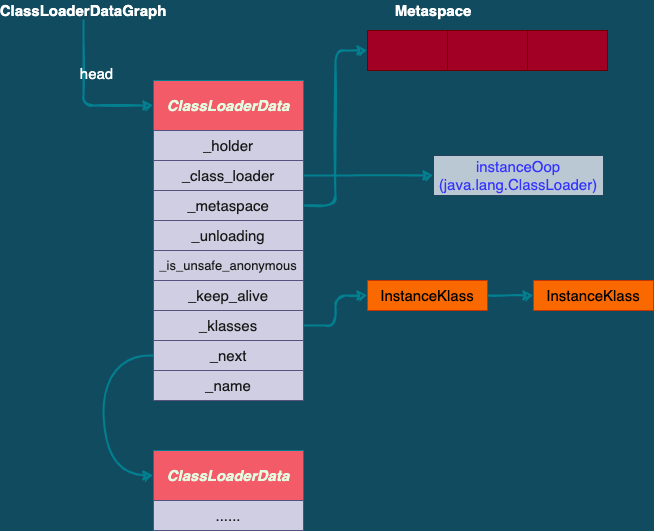
Above: assets/ClassLoaderData.png in gwwwwt/JDK-JVM- (draw.io), before the change. Source tidied: cells renumbered, new cells last; positions are measured from the earlier drawing's top-left corner, leaving out a move shared by most shapes. Source of this version:
```xml
<mxGraphModel background="#114B5F">
  <root>
    <mxCell id="0" />
    <mxCell id="1" parent="0" />
    <mxCell id="2" value="ClassLoaderData" style="whiteSpace=wrap;html=1;fontColor=#E4FDE1;strokeColor=#028090;fillColor=#F45B69;shadow=0;rounded=0;sketch=0;fontSize=15;fontStyle=3;glass=0;" parent="1" vertex="1">
      <mxGeometry x="130" y="80" width="150" height="50" as="geometry" />
    </mxCell>
    <mxCell id="3" value="_holder" style="rounded=0;whiteSpace=wrap;html=1;shadow=0;sketch=0;fontSize=15;fillColor=#d0cee2;strokeColor=#56517e;fontColor=#1A1A1A;" parent="1" vertex="1">
      <mxGeometry x="130" y="130" width="150" height="30" as="geometry" />
    </mxCell>
    <mxCell id="4" style="edgeStyle=orthogonalEdgeStyle;rounded=1;sketch=1;jettySize=auto;html=1;exitX=1;exitY=0.5;exitDx=0;exitDy=0;entryX=0;entryY=0.5;entryDx=0;entryDy=0;shadow=0;fontSize=15;fontColor=#3333FF;strokeColor=#028090;strokeWidth=2;fillColor=#F45B69;" parent="1" edge="1" source="5" target="21">
      <mxGeometry relative="1" as="geometry" />
    </mxCell>
    <mxCell id="5" value="_class_loader" style="rounded=0;whiteSpace=wrap;html=1;shadow=0;sketch=0;fontSize=15;fillColor=#d0cee2;strokeColor=#56517e;fontColor=#1A1A1A;" parent="1" vertex="1">
      <mxGeometry x="130" y="160" width="150" height="30" as="geometry" />
    </mxCell>
    <mxCell id="6" style="edgeStyle=orthogonalEdgeStyle;rounded=1;sketch=1;jettySize=auto;html=1;exitX=1;exitY=0.5;exitDx=0;exitDy=0;entryX=0;entryY=0.5;entryDx=0;entryDy=0;shadow=0;fontSize=15;fontColor=#FFFFFF;strokeColor=#028090;strokeWidth=2;fillColor=#F45B69;" parent="1" edge="1" source="7" target="25">
      <mxGeometry relative="1" as="geometry" />
    </mxCell>
    <mxCell id="7" value="_metaspace" style="rounded=0;whiteSpace=wrap;html=1;shadow=0;sketch=0;fontSize=15;fillColor=#d0cee2;strokeColor=#56517e;fontColor=#1A1A1A;" parent="1" vertex="1">
      <mxGeometry x="130" y="190" width="150" height="30" as="geometry" />
    </mxCell>
    <mxCell id="8" value="_unloading" style="rounded=0;whiteSpace=wrap;html=1;shadow=0;sketch=0;fontSize=15;fillColor=#d0cee2;strokeColor=#56517e;fontColor=#1A1A1A;" parent="1" vertex="1">
      <mxGeometry x="130" y="220" width="150" height="30" as="geometry" />
    </mxCell>
    <mxCell id="9" value="_is_unsafe_anonymous" style="rounded=0;whiteSpace=wrap;html=1;shadow=0;sketch=0;fontSize=13;fillColor=#d0cee2;strokeColor=#56517e;fontColor=#1A1A1A;" parent="1" vertex="1">
      <mxGeometry x="130" y="250" width="150" height="30" as="geometry" />
    </mxCell>
    <mxCell id="10" value="_keep_alive" style="rounded=0;whiteSpace=wrap;html=1;shadow=0;sketch=0;fontSize=15;fillColor=#d0cee2;strokeColor=#56517e;fontColor=#1A1A1A;" parent="1" vertex="1">
      <mxGeometry x="130" y="280" width="150" height="30" as="geometry" />
    </mxCell>
    <mxCell id="11" style="edgeStyle=orthogonalEdgeStyle;rounded=1;sketch=1;jettySize=auto;html=1;exitX=1;exitY=0.5;exitDx=0;exitDy=0;entryX=0;entryY=0.5;entryDx=0;entryDy=0;shadow=0;fontSize=15;fontColor=#9933FF;strokeColor=#028090;strokeWidth=2;fillColor=#F45B69;" parent="1" edge="1" source="12" target="23">
      <mxGeometry relative="1" as="geometry" />
    </mxCell>
    <mxCell id="12" value="_klasses" style="rounded=0;whiteSpace=wrap;html=1;shadow=0;sketch=0;fontSize=15;fillColor=#d0cee2;strokeColor=#56517e;fontColor=#1A1A1A;" parent="1" vertex="1">
      <mxGeometry x="130" y="310" width="150" height="30" as="geometry" />
    </mxCell>
    <mxCell id="13" style="edgeStyle=orthogonalEdgeStyle;sketch=1;jettySize=auto;html=1;exitX=0;exitY=0.5;exitDx=0;exitDy=0;entryX=0;entryY=0.5;entryDx=0;entryDy=0;fontSize=15;fontColor=#1A1A1A;strokeColor=#028090;fillColor=#F45B69;shadow=0;strokeWidth=2;curved=1;" parent="1" edge="1" source="14" target="16">
      <mxGeometry relative="1" as="geometry">
        <Array as="points">
          <mxPoint x="80" y="355" />
          <mxPoint x="80" y="475" />
        </Array>
      </mxGeometry>
    </mxCell>
    <mxCell id="14" value="_next" style="rounded=0;whiteSpace=wrap;html=1;shadow=0;sketch=0;fontSize=15;fillColor=#d0cee2;strokeColor=#56517e;fontColor=#1A1A1A;" parent="1" vertex="1">
      <mxGeometry x="130" y="340" width="150" height="30" as="geometry" />
    </mxCell>
    <mxCell id="15" value="_name" style="rounded=0;whiteSpace=wrap;html=1;shadow=0;sketch=0;fontSize=15;fillColor=#d0cee2;strokeColor=#56517e;fontColor=#1A1A1A;" parent="1" vertex="1">
      <mxGeometry x="130" y="370" width="150" height="30" as="geometry" />
    </mxCell>
    <mxCell id="16" value="ClassLoaderData" style="whiteSpace=wrap;html=1;fontColor=#E4FDE1;strokeColor=#028090;fillColor=#F45B69;shadow=0;rounded=0;sketch=0;fontSize=15;fontStyle=3;glass=0;" parent="1" vertex="1">
      <mxGeometry x="130" y="450" width="150" height="50" as="geometry" />
    </mxCell>
    <mxCell id="17" value="......" style="rounded=0;whiteSpace=wrap;html=1;shadow=0;sketch=0;fontSize=15;fillColor=#d0cee2;strokeColor=#56517e;fontColor=#1A1A1A;" parent="1" vertex="1">
      <mxGeometry x="130" y="500" width="150" height="30" as="geometry" />
    </mxCell>
    <mxCell id="18" style="edgeStyle=orthogonalEdgeStyle;sketch=1;jettySize=auto;html=1;exitX=0.5;exitY=1;exitDx=0;exitDy=0;entryX=0;entryY=0.5;entryDx=0;entryDy=0;shadow=0;fontSize=15;fontColor=#FFFFFF;strokeColor=#028090;strokeWidth=2;fillColor=#F45B69;rounded=1;" parent="1" edge="1" source="20" target="2">
      <mxGeometry relative="1" as="geometry" />
    </mxCell>
    <mxCell id="19" value="head" style="edgeLabel;html=1;align=center;verticalAlign=middle;fontSize=15;fontColor=#FFFFFF;labelBackgroundColor=none;" parent="18" vertex="1">
      <mxGeometry x="-0.33" y="12" relative="1" as="geometry" />
    </mxCell>
    <mxCell id="20" value="ClassLoaderDataGraph" style="text;html=1;strokeColor=none;fillColor=none;align=center;verticalAlign=middle;whiteSpace=wrap;rounded=0;shadow=0;glass=0;sketch=0;fontSize=15;fontStyle=1;fontColor=#FFFFFF;" parent="1" vertex="1">
      <mxGeometry width="120" height="20" as="geometry" />
    </mxCell>
    <mxCell id="21" value="instanceOop&lt;br&gt;(java.lang.ClassLoader)" style="rounded=0;whiteSpace=wrap;html=1;shadow=0;glass=0;labelBackgroundColor=none;sketch=0;fontSize=15;strokeColor=#23445d;fillColor=#bac8d3;labelBorderColor=none;fontColor=#3333FF;" parent="1" vertex="1">
      <mxGeometry x="410" y="155" width="170" height="40" as="geometry" />
    </mxCell>
    <mxCell id="22" style="edgeStyle=orthogonalEdgeStyle;rounded=1;sketch=1;jettySize=auto;html=1;exitX=1;exitY=0.5;exitDx=0;exitDy=0;entryX=0;entryY=0.5;entryDx=0;entryDy=0;shadow=0;fontSize=15;fontColor=#9933FF;strokeColor=#028090;strokeWidth=2;fillColor=#F45B69;" parent="1" edge="1" source="23" target="24">
      <mxGeometry relative="1" as="geometry" />
    </mxCell>
    <mxCell id="23" value="InstanceKlass" style="rounded=0;whiteSpace=wrap;html=1;shadow=0;glass=0;labelBackgroundColor=none;sketch=0;fontSize=15;strokeColor=#C73500;fillColor=#fa6800;fontColor=#000000;" parent="1" vertex="1">
      <mxGeometry x="344" y="280" width="120" height="30" as="geometry" />
    </mxCell>
    <mxCell id="24" value="InstanceKlass" style="rounded=0;whiteSpace=wrap;html=1;shadow=0;glass=0;labelBackgroundColor=none;sketch=0;fontSize=15;strokeColor=#C73500;fillColor=#fa6800;fontColor=#000000;" parent="1" vertex="1">
      <mxGeometry x="510" y="280" width="120" height="30" as="geometry" />
    </mxCell>
    <mxCell id="25" style="rounded=0;whiteSpace=wrap;html=1;shadow=0;glass=0;labelBackgroundColor=none;sketch=0;fontSize=15;fontColor=#ffffff;strokeColor=#6F0000;fillColor=#a20025;" parent="1" vertex="1">
      <mxGeometry x="344" y="30" width="80" height="40" as="geometry" />
    </mxCell>
    <mxCell id="26" style="rounded=0;whiteSpace=wrap;html=1;shadow=0;glass=0;labelBackgroundColor=none;sketch=0;fontSize=15;fontColor=#ffffff;strokeColor=#6F0000;fillColor=#a20025;" parent="1" vertex="1">
      <mxGeometry x="424" y="30" width="80" height="40" as="geometry" />
    </mxCell>
    <mxCell id="27" style="rounded=0;whiteSpace=wrap;html=1;shadow=0;glass=0;labelBackgroundColor=none;sketch=0;fontSize=15;fontColor=#ffffff;strokeColor=#6F0000;fillColor=#a20025;" parent="1" vertex="1">
      <mxGeometry x="504" y="30" width="80" height="40" as="geometry" />
    </mxCell>
    <mxCell id="28" value="Metaspace" style="text;html=1;strokeColor=none;fillColor=none;align=center;verticalAlign=middle;whiteSpace=wrap;rounded=0;shadow=0;glass=0;labelBackgroundColor=none;sketch=0;fontSize=15;fontColor=#FFFFFF;fontStyle=1;" parent="1" vertex="1">
      <mxGeometry x="390" width="40" height="20" as="geometry" />
    </mxCell>
  </root>
</mxGraphModel>
```
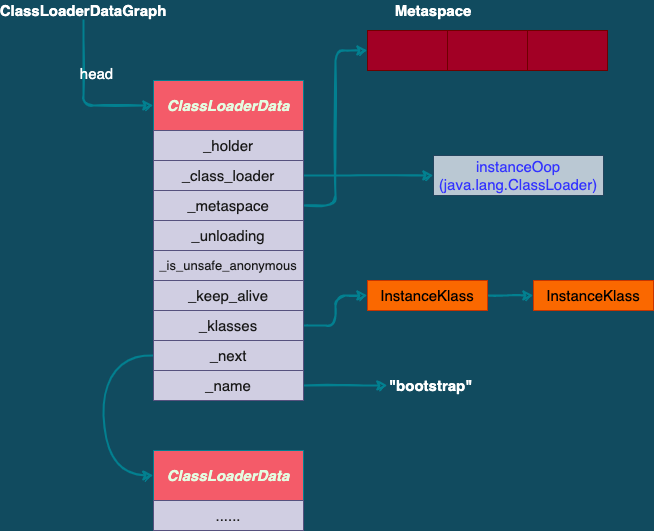
The same diagram one commit later.

Diff of the diagram source:
```diff
@@ -46,6 +46,9 @@
     <mxCell id="14" value="_next" style="rounded=0;whiteSpace=wrap;html=1;shadow=0;sketch=0;fontSize=15;fillColor=#d0cee2;strokeColor=#56517e;fontColor=#1A1A1A;" parent="1" vertex="1">
       <mxGeometry x="130" y="340" width="150" height="30" as="geometry" />
     </mxCell>
+    <mxCell id="29" style="edgeStyle=orthogonalEdgeStyle;rounded=1;sketch=1;jettySize=auto;html=1;exitX=1;exitY=0.5;exitDx=0;exitDy=0;entryX=0;entryY=0.5;entryDx=0;entryDy=0;shadow=0;fontSize=15;fontColor=#FFFFFF;strokeColor=#028090;strokeWidth=2;fillColor=#F45B69;" parent="1" edge="1" source="15" target="30">
+      <mxGeometry relative="1" as="geometry" />
+    </mxCell>
     <mxCell id="15" value="_name" style="rounded=0;whiteSpace=wrap;html=1;shadow=0;sketch=0;fontSize=15;fillColor=#d0cee2;strokeColor=#56517e;fontColor=#1A1A1A;" parent="1" vertex="1">
       <mxGeometry x="130" y="370" width="150" height="30" as="geometry" />
     </mxCell>
@@ -88,5 +91,8 @@
     <mxCell id="28" value="Metaspace" style="text;html=1;strokeColor=none;fillColor=none;align=center;verticalAlign=middle;whiteSpace=wrap;rounded=0;shadow=0;glass=0;labelBackgroundColor=none;sketch=0;fontSize=15;fontColor=#FFFFFF;fontStyle=1;" parent="1" vertex="1">
       <mxGeometry x="390" width="40" height="20" as="geometry" />
     </mxCell>
+    <mxCell id="30" value="&quot;bootstrap&quot;" style="text;html=1;strokeColor=none;fillColor=none;align=left;verticalAlign=middle;whiteSpace=wrap;rounded=0;shadow=0;glass=0;labelBackgroundColor=none;sketch=0;fontSize=15;fontColor=#FFFFFF;fontStyle=1;" parent="1" vertex="1">
+      <mxGeometry x="364" y="375" width="40" height="20" as="geometry" />
+    </mxCell>
   </root>
 </mxGraphModel>
```
